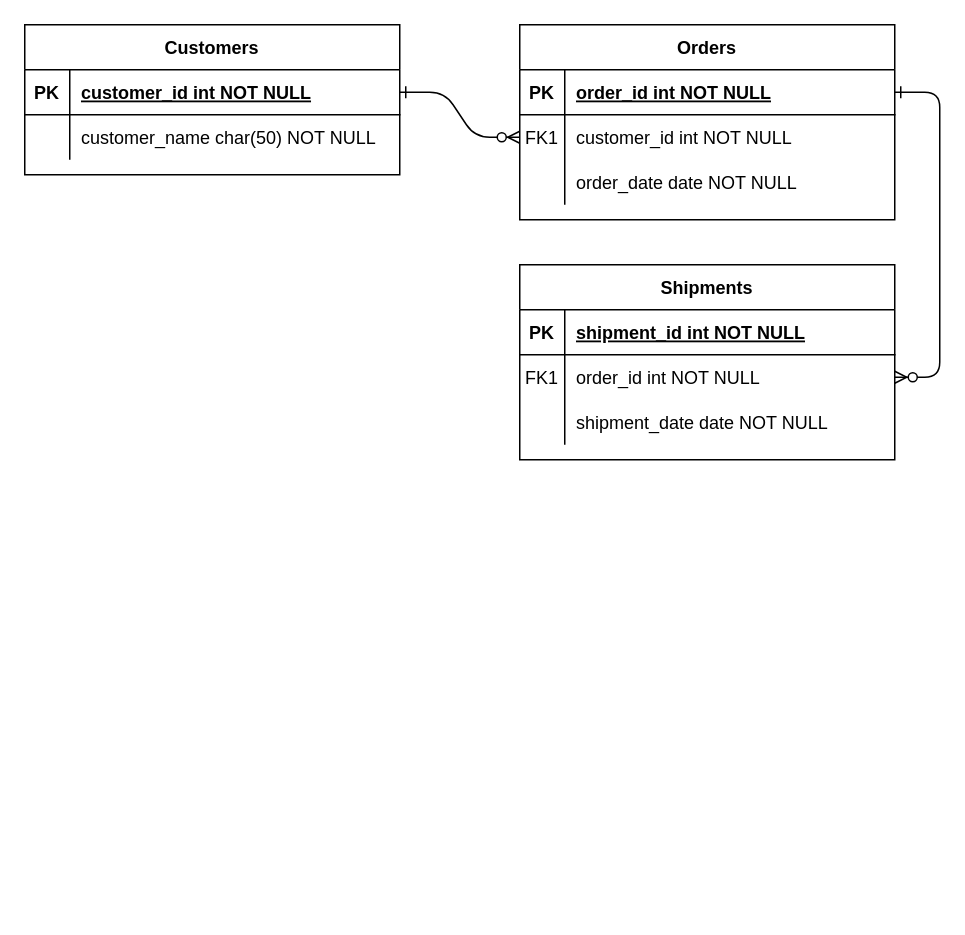
andreslh/loto-api keeps this draw.io diagram as Loto.drawio. Above is the earlier version. Source tidied: cells renumbered, new cells numbered last; positions are measured from the earlier drawing's top-left corner, leaving out a move shared by most shapes. Both pictures are drawn from the tidied source at 150%, with x=0, y=0 at pixel (24, 24).
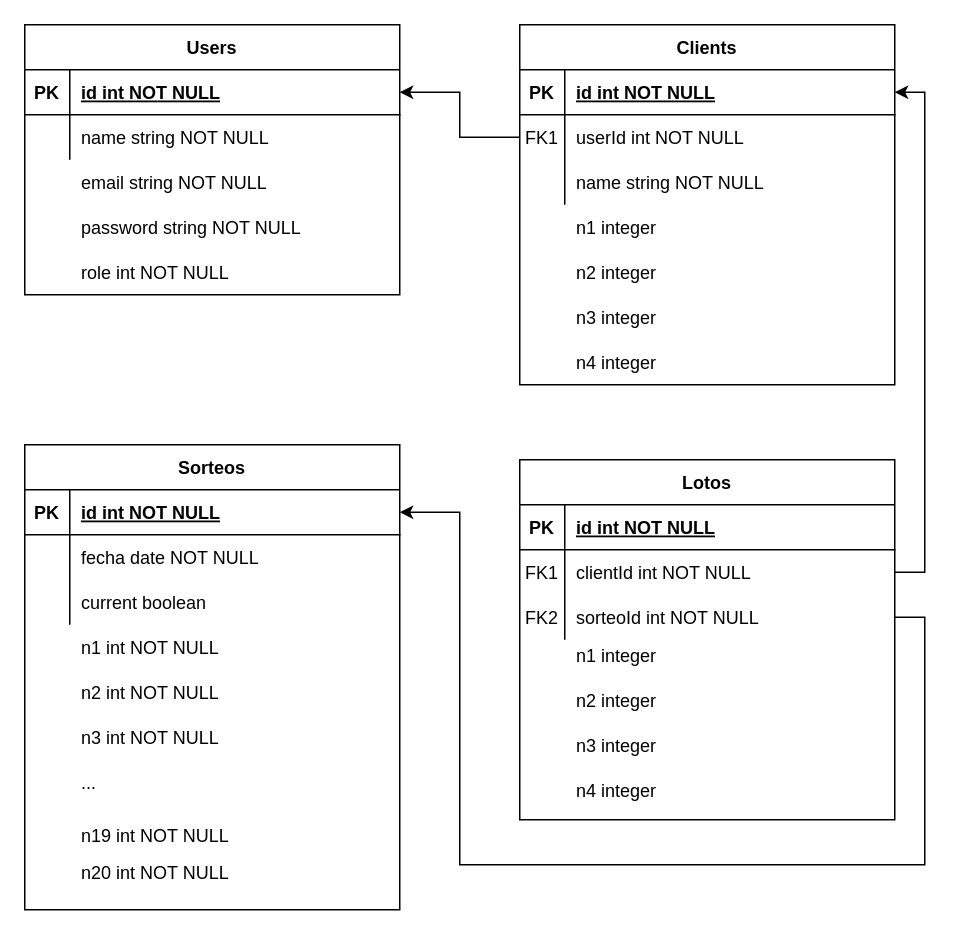
The same page after the edit.

The change refers to these unchanged cells:
```xml
<mxCell id="5" style="shape=partialRectangle;fillColor=none;points=[[0,0.5],[1,0.5]];portConstraint=eastwest;top=0;left=0;right=0;bottom=1;" parent="4" vertex="1">
  <mxGeometry y="30" width="250" height="30" as="geometry" />
</mxCell>
<mxCell id="8" style="shape=partialRectangle;fillColor=none;points=[[0,0.5],[1,0.5]];portConstraint=eastwest;top=0;left=0;right=0;bottom=0;" parent="4" vertex="1">
  <mxGeometry y="60" width="250" height="30" as="geometry" />
</mxCell>
<mxCell id="11" style="shape=partialRectangle;fillColor=none;top=0;left=0;right=0;bottom=0;" parent="4" vertex="1">
  <mxGeometry y="90" width="250" height="30" as="geometry" />
</mxCell>
<mxCell id="15" style="shape=partialRectangle;fillColor=none;top=0;left=0;right=0;bottom=1;" parent="14" vertex="1">
  <mxGeometry y="30" width="250" height="30" as="geometry" />
</mxCell>
<mxCell id="18" style="shape=partialRectangle;fillColor=none;points=[[0,0.5],[1,0.5]];portConstraint=eastwest;top=0;left=0;right=0;bottom=0;" parent="14" vertex="1">
  <mxGeometry y="60" width="250" height="30" as="geometry" />
</mxCell>
<mxCell id="21" style="shape=partialRectangle;fillColor=none;points=[[0,0.5],[1,0.5]];portConstraint=eastwest;top=0;left=0;right=0;bottom=0;" parent="14" vertex="1">
  <mxGeometry y="90" width="250" height="30" as="geometry" />
</mxCell>
<mxCell id="25" style="shape=partialRectangle;fillColor=none;points=[[0,0.5],[1,0.5]];portConstraint=eastwest;top=0;left=0;right=0;bottom=1;" parent="24" vertex="1">
  <mxGeometry y="30" width="250" height="30" as="geometry" />
</mxCell>
<mxCell id="28" style="shape=partialRectangle;fillColor=none;top=0;left=0;right=0;bottom=0;" parent="24" vertex="1">
  <mxGeometry y="60" width="250" height="30" as="geometry" />
</mxCell>
```

Diff of the diagram source:
```diff
@@
-    <mxCell id="2" style="edgeStyle=entityRelationEdgeStyle;endArrow=ERzeroToMany;startArrow=ERone;endFill=1;startFill=0;" parent="1" edge="1" source="25" target="8">
-      <mxGeometry relative="1" as="geometry" />
-    </mxCell>
-    <mxCell id="3" style="edgeStyle=entityRelationEdgeStyle;endArrow=ERzeroToMany;startArrow=ERone;endFill=1;startFill=0;" parent="1" edge="1" source="5" target="18">
-      <mxGeometry relative="1" as="geometry" />
-    </mxCell>
-    <mxCell id="4" value="Orders" style="shape=table;startSize=30;childLayout=tableLayout;rowLines=0;fontStyle=1;align=center;" parent="1" vertex="1">
-      <mxGeometry x="330" width="250" height="130" as="geometry" />
+    <mxCell id="4" value="Clients" style="shape=table;startSize=30;childLayout=tableLayout;rowLines=0;fontStyle=1;align=center;" parent="1" vertex="1">
+      <mxGeometry x="330" width="250" height="240" as="geometry" />
     </mxCell>
@@
-    <mxCell id="7" value="order_id int NOT NULL " style="shape=partialRectangle;overflow=hidden;fillColor=none;top=0;left=0;bottom=0;right=0;align=left;spacingLeft=6;fontStyle=5;" parent="5" vertex="1">
+    <mxCell id="7" value="id int NOT NULL " style="shape=partialRectangle;overflow=hidden;fillColor=none;top=0;left=0;bottom=0;right=0;align=left;spacingLeft=6;fontStyle=5;" parent="5" vertex="1">
       <mxGeometry x="30" width="220" height="30" as="geometry" />
     </mxCell>
@@
-    <mxCell id="10" value="customer_id int NOT NULL" style="shape=partialRectangle;overflow=hidden;fillColor=none;top=0;left=0;bottom=0;right=0;align=left;spacingLeft=6;" parent="8" vertex="1">
+    <mxCell id="10" value="userId int NOT NULL" style="shape=partialRectangle;overflow=hidden;fillColor=none;top=0;left=0;bottom=0;right=0;align=left;spacingLeft=6;" parent="8" vertex="1">
       <mxGeometry x="30" width="220" height="30" as="geometry" />
     </mxCell>
@@
-    <mxCell id="13" value="order_date date NOT NULL" style="shape=partialRectangle;overflow=hidden;fillColor=none;top=0;left=0;bottom=0;right=0;align=left;spacingLeft=6;" parent="11" vertex="1">
+    <mxCell id="13" value="name string NOT NULL" style="shape=partialRectangle;overflow=hidden;fillColor=none;top=0;left=0;bottom=0;right=0;align=left;spacingLeft=6;" parent="11" vertex="1">
       <mxGeometry x="30" width="220" height="30" as="geometry" />
     </mxCell>
-    <mxCell id="14" value="Shipments" style="shape=table;startSize=30;childLayout=tableLayout;rowLines=0;fontStyle=1;align=center;" parent="1" vertex="1">
-      <mxGeometry x="330" y="160" width="250" height="130" as="geometry" />
+    <mxCell id="14" value="Lotos" style="shape=table;startSize=30;childLayout=tableLayout;rowLines=0;fontStyle=1;align=center;" parent="1" vertex="1">
+      <mxGeometry x="330" y="290" width="250" height="240" as="geometry" />
     </mxCell>
@@
-    <mxCell id="17" value="shipment_id int NOT NULL " style="shape=partialRectangle;overflow=hidden;fillColor=none;top=0;left=0;bottom=0;right=0;align=left;spacingLeft=6;fontStyle=5;" parent="15" vertex="1">
+    <mxCell id="17" value="id int NOT NULL " style="shape=partialRectangle;overflow=hidden;fillColor=none;top=0;left=0;bottom=0;right=0;align=left;spacingLeft=6;fontStyle=5;" parent="15" vertex="1">
       <mxGeometry x="30" width="220" height="30" as="geometry" />
     </mxCell>
@@
-    <mxCell id="20" value="order_id int NOT NULL" style="shape=partialRectangle;overflow=hidden;fillColor=none;top=0;left=0;bottom=0;right=0;align=left;spacingLeft=6;" parent="18" vertex="1">
+    <mxCell id="20" value="clientId int NOT NULL" style="shape=partialRectangle;overflow=hidden;fillColor=none;top=0;left=0;bottom=0;right=0;align=left;spacingLeft=6;" parent="18" vertex="1">
       <mxGeometry x="30" width="220" height="30" as="geometry" />
     </mxCell>
@@
-    <mxCell id="23" value="shipment_date date NOT NULL" style="shape=partialRectangle;overflow=hidden;fillColor=none;top=0;left=0;bottom=0;right=0;align=left;spacingLeft=6;" parent="21" vertex="1">
+    <mxCell id="23" style="shape=partialRectangle;overflow=hidden;fillColor=none;top=0;left=0;bottom=0;right=0;align=left;spacingLeft=6;" parent="21" vertex="1">
       <mxGeometry x="30" width="220" height="30" as="geometry" />
     </mxCell>
-    <mxCell id="24" value="Customers" style="shape=table;startSize=30;childLayout=tableLayout;rowLines=0;fontStyle=1;align=center;" parent="1" vertex="1">
-      <mxGeometry width="250" height="100" as="geometry" />
+    <mxCell id="24" value="Users" style="shape=table;startSize=30;childLayout=tableLayout;rowLines=0;fontStyle=1;align=center;" parent="1" vertex="1">
+      <mxGeometry width="250" height="180" as="geometry" />
     </mxCell>
@@
-    <mxCell id="27" value="customer_id int NOT NULL " style="shape=partialRectangle;overflow=hidden;fillColor=none;top=0;left=0;bottom=0;right=0;align=left;spacingLeft=6;fontStyle=5;" parent="25" vertex="1">
+    <mxCell id="27" value="id int NOT NULL " style="shape=partialRectangle;overflow=hidden;fillColor=none;top=0;left=0;bottom=0;right=0;align=left;spacingLeft=6;fontStyle=5;" parent="25" vertex="1">
       <mxGeometry x="30" width="220" height="30" as="geometry" />
     </mxCell>
@@
-    <mxCell id="30" value="customer_name char(50) NOT NULL" style="shape=partialRectangle;overflow=hidden;fillColor=none;top=0;left=0;bottom=0;right=0;align=left;spacingLeft=6;" parent="28" vertex="1">
+    <mxCell id="30" value="name string NOT NULL" style="shape=partialRectangle;overflow=hidden;fillColor=none;top=0;left=0;bottom=0;right=0;align=left;spacingLeft=6;" parent="28" vertex="1">
       <mxGeometry x="30" width="220" height="30" as="geometry" />
     </mxCell>
+    <mxCell id="31" value="n1 integer" style="shape=partialRectangle;overflow=hidden;fillColor=none;top=0;left=0;bottom=0;right=0;align=left;spacingLeft=6;" parent="1" vertex="1">
+      <mxGeometry x="360" y="120" width="220" height="30" as="geometry" />
+    </mxCell>
+    <mxCell id="32" value="n2 integer" style="shape=partialRectangle;overflow=hidden;fillColor=none;top=0;left=0;bottom=0;right=0;align=left;spacingLeft=6;" parent="1" vertex="1">
+      <mxGeometry x="360" y="150" width="220" height="30" as="geometry" />
+    </mxCell>
+    <mxCell id="33" value="n3 integer" style="shape=partialRectangle;overflow=hidden;fillColor=none;top=0;left=0;bottom=0;right=0;align=left;spacingLeft=6;" parent="1" vertex="1">
+      <mxGeometry x="360" y="180" width="220" height="30" as="geometry" />
+    </mxCell>
+    <mxCell id="34" value="n4 integer" style="shape=partialRectangle;overflow=hidden;fillColor=none;top=0;left=0;bottom=0;right=0;align=left;spacingLeft=6;" parent="1" vertex="1">
+      <mxGeometry x="360" y="210" width="220" height="30" as="geometry" />
+    </mxCell>
+    <mxCell id="35" value="role int NOT NULL" style="shape=partialRectangle;overflow=hidden;fillColor=none;top=0;left=0;bottom=0;right=0;align=left;spacingLeft=6;" parent="1" vertex="1">
+      <mxGeometry x="30" y="150" width="220" height="30" as="geometry" />
+    </mxCell>
+    <mxCell id="36" value="email string NOT NULL" style="shape=partialRectangle;overflow=hidden;fillColor=none;top=0;left=0;bottom=0;right=0;align=left;spacingLeft=6;" parent="1" vertex="1">
+      <mxGeometry x="30" y="90" width="220" height="30" as="geometry" />
+    </mxCell>
+    <mxCell id="37" value="password string NOT NULL" style="shape=partialRectangle;overflow=hidden;fillColor=none;top=0;left=0;bottom=0;right=0;align=left;spacingLeft=6;" parent="1" vertex="1">
+      <mxGeometry x="30" y="120" width="220" height="30" as="geometry" />
+    </mxCell>
+    <mxCell id="38" value="Sorteos" style="shape=table;startSize=30;childLayout=tableLayout;rowLines=0;fontStyle=1;align=center;" parent="1" vertex="1">
+      <mxGeometry y="280" width="250" height="310" as="geometry" />
+    </mxCell>
+    <mxCell id="39" style="shape=partialRectangle;fillColor=none;points=[[0,0.5],[1,0.5]];portConstraint=eastwest;top=0;left=0;right=0;bottom=1;" parent="38" vertex="1">
+      <mxGeometry y="30" width="250" height="30" as="geometry" />
+    </mxCell>
+    <mxCell id="40" value="PK" style="shape=partialRectangle;overflow=hidden;fillColor=none;top=0;left=0;bottom=0;right=0;fontStyle=1;" parent="39" vertex="1">
+      <mxGeometry width="30" height="30" as="geometry" />
+    </mxCell>
+    <mxCell id="41" value="id int NOT NULL " style="shape=partialRectangle;overflow=hidden;fillColor=none;top=0;left=0;bottom=0;right=0;align=left;spacingLeft=6;fontStyle=5;" parent="39" vertex="1">
+      <mxGeometry x="30" width="220" height="30" as="geometry" />
+    </mxCell>
+    <mxCell id="42" style="shape=partialRectangle;fillColor=none;top=0;left=0;right=0;bottom=0;" parent="38" vertex="1">
+      <mxGeometry y="60" width="250" height="30" as="geometry" />
+    </mxCell>
+    <mxCell id="43" style="shape=partialRectangle;overflow=hidden;fillColor=none;top=0;left=0;bottom=0;right=0;" parent="42" vertex="1">
+      <mxGeometry width="30" height="30" as="geometry" />
+    </mxCell>
+    <mxCell id="44" value="fecha date NOT NULL" style="shape=partialRectangle;overflow=hidden;fillColor=none;top=0;left=0;bottom=0;right=0;align=left;spacingLeft=6;" parent="42" vertex="1">
+      <mxGeometry x="30" width="220" height="30" as="geometry" />
+    </mxCell>
+    <mxCell id="45" style="shape=partialRectangle;fillColor=none;top=0;left=0;right=0;bottom=0;" parent="38" vertex="1">
+      <mxGeometry y="90" width="250" height="30" as="geometry" />
+    </mxCell>
+    <mxCell id="46" style="shape=partialRectangle;overflow=hidden;fillColor=none;top=0;left=0;bottom=0;right=0;" parent="45" vertex="1">
+      <mxGeometry width="30" height="30" as="geometry" />
+    </mxCell>
+    <mxCell id="47" value="current boolean" style="shape=partialRectangle;overflow=hidden;fillColor=none;top=0;left=0;bottom=0;right=0;align=left;spacingLeft=6;" parent="45" vertex="1">
+      <mxGeometry x="30" width="220" height="30" as="geometry" />
+    </mxCell>
+    <mxCell id="48" value="n1 int NOT NULL" style="shape=partialRectangle;overflow=hidden;fillColor=none;top=0;left=0;bottom=0;right=0;align=left;spacingLeft=6;" parent="1" vertex="1">
+      <mxGeometry x="30" y="400" width="220" height="30" as="geometry" />
+    </mxCell>
+    <mxCell id="49" value="n2 int NOT NULL" style="shape=partialRectangle;overflow=hidden;fillColor=none;top=0;left=0;bottom=0;right=0;align=left;spacingLeft=6;" parent="1" vertex="1">
+      <mxGeometry x="30" y="430" width="220" height="30" as="geometry" />
+    </mxCell>
+    <mxCell id="50" value="n3 int NOT NULL" style="shape=partialRectangle;overflow=hidden;fillColor=none;top=0;left=0;bottom=0;right=0;align=left;spacingLeft=6;" parent="1" vertex="1">
+      <mxGeometry x="30" y="460" width="220" height="30" as="geometry" />
+    </mxCell>
+    <mxCell id="51" value="..." style="shape=partialRectangle;overflow=hidden;fillColor=none;top=0;left=0;bottom=0;right=0;align=left;spacingLeft=6;" parent="1" vertex="1">
+      <mxGeometry x="30" y="490" width="220" height="30" as="geometry" />
+    </mxCell>
+    <mxCell id="52" value="n19 int NOT NULL" style="shape=partialRectangle;overflow=hidden;fillColor=none;top=0;left=0;bottom=0;right=0;align=left;spacingLeft=6;" parent="1" vertex="1">
+      <mxGeometry x="30" y="525" width="220" height="30" as="geometry" />
+    </mxCell>
+    <mxCell id="53" value="n20 int NOT NULL" style="shape=partialRectangle;overflow=hidden;fillColor=none;top=0;left=0;bottom=0;right=0;align=left;spacingLeft=6;" parent="1" vertex="1">
+      <mxGeometry x="30" y="550" width="220" height="30" as="geometry" />
+    </mxCell>
+    <mxCell id="54" value="sorteoId int NOT NULL" style="shape=partialRectangle;overflow=hidden;fillColor=none;top=0;left=0;bottom=0;right=0;align=left;spacingLeft=6;" parent="1" vertex="1">
+      <mxGeometry x="360" y="380" width="200" height="30" as="geometry" />
+    </mxCell>
+    <mxCell id="55" value="FK2" style="shape=partialRectangle;overflow=hidden;fillColor=none;top=0;left=0;bottom=0;right=0;" parent="1" vertex="1">
+      <mxGeometry x="330" y="380" width="30" height="30" as="geometry" />
+    </mxCell>
+    <mxCell id="56" value="n1 integer" style="shape=partialRectangle;overflow=hidden;fillColor=none;top=0;left=0;bottom=0;right=0;align=left;spacingLeft=6;" parent="1" vertex="1">
+      <mxGeometry x="360" y="405" width="220" height="30" as="geometry" />
+    </mxCell>
+    <mxCell id="57" value="n2 integer" style="shape=partialRectangle;overflow=hidden;fillColor=none;top=0;left=0;bottom=0;right=0;align=left;spacingLeft=6;" parent="1" vertex="1">
+      <mxGeometry x="360" y="435" width="220" height="30" as="geometry" />
+    </mxCell>
+    <mxCell id="58" value="n3 integer" style="shape=partialRectangle;overflow=hidden;fillColor=none;top=0;left=0;bottom=0;right=0;align=left;spacingLeft=6;" parent="1" vertex="1">
+      <mxGeometry x="360" y="465" width="220" height="30" as="geometry" />
+    </mxCell>
+    <mxCell id="59" value="n4 integer" style="shape=partialRectangle;overflow=hidden;fillColor=none;top=0;left=0;bottom=0;right=0;align=left;spacingLeft=6;" parent="1" vertex="1">
+      <mxGeometry x="360" y="495" width="220" height="30" as="geometry" />
+    </mxCell>
+    <mxCell id="60" style="edgeStyle=orthogonalEdgeStyle;rounded=0;jettySize=auto;html=1;exitX=1;exitY=0.5;exitDx=0;exitDy=0;entryX=1;entryY=0.5;entryDx=0;entryDy=0;" parent="1" edge="1" source="21" target="39">
+      <mxGeometry relative="1" as="geometry">
+        <Array as="points">
+          <mxPoint x="600" y="395" />
+          <mxPoint x="600" y="560" />
+          <mxPoint x="290" y="560" />
+          <mxPoint x="290" y="325" />
+        </Array>
+      </mxGeometry>
+    </mxCell>
+    <mxCell id="61" style="edgeStyle=orthogonalEdgeStyle;rounded=0;jettySize=auto;html=1;exitX=1;exitY=0.5;exitDx=0;exitDy=0;entryX=1;entryY=0.5;entryDx=0;entryDy=0;" parent="1" edge="1" source="18" target="5">
+      <mxGeometry relative="1" as="geometry" />
+    </mxCell>
+    <mxCell id="62" style="edgeStyle=orthogonalEdgeStyle;rounded=0;jettySize=auto;html=1;exitX=0;exitY=0.5;exitDx=0;exitDy=0;entryX=1;entryY=0.5;entryDx=0;entryDy=0;" parent="1" edge="1" source="8" target="25">
+      <mxGeometry relative="1" as="geometry" />
+    </mxCell>
```
